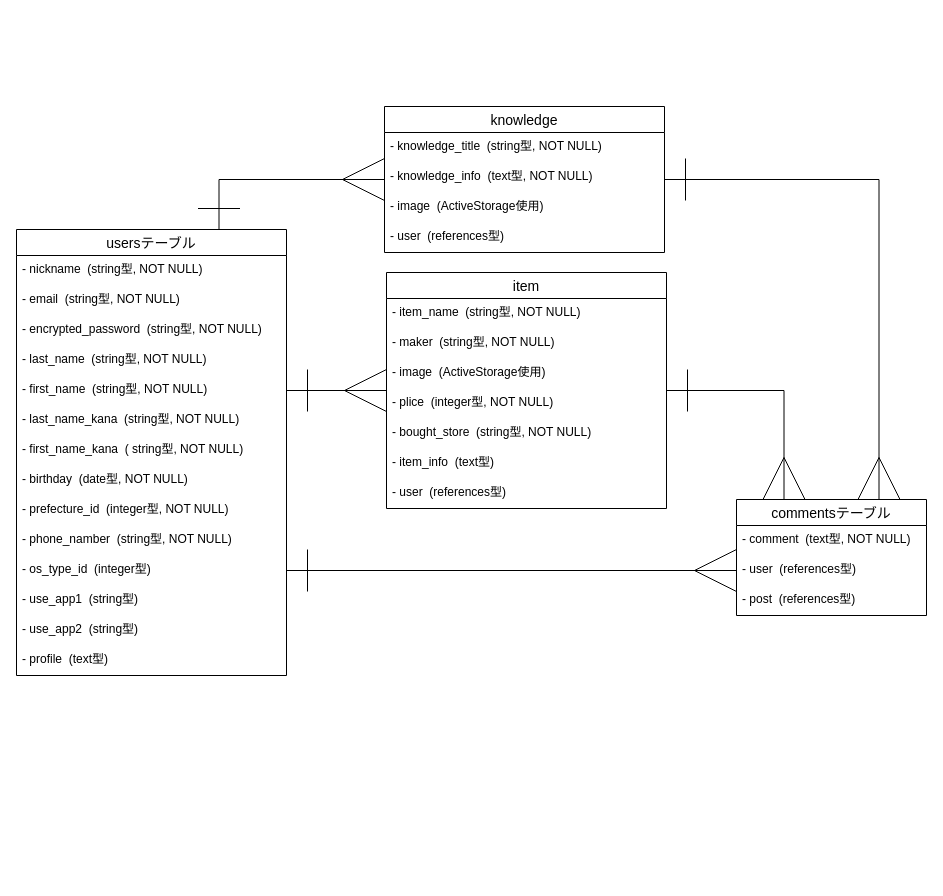
sushi1129/side-business-36374 keeps this draw.io diagram as page "ER図" (1 of 2) of ER.dio. Above is the earlier version. Source tidied: cells renumbered, new cells numbered last; positions are measured from the earlier drawing's top-left corner, leaving out a move shared by most shapes. Both pictures are drawn from the tidied source at 100%, with x=0, y=0 at pixel (16, 106).
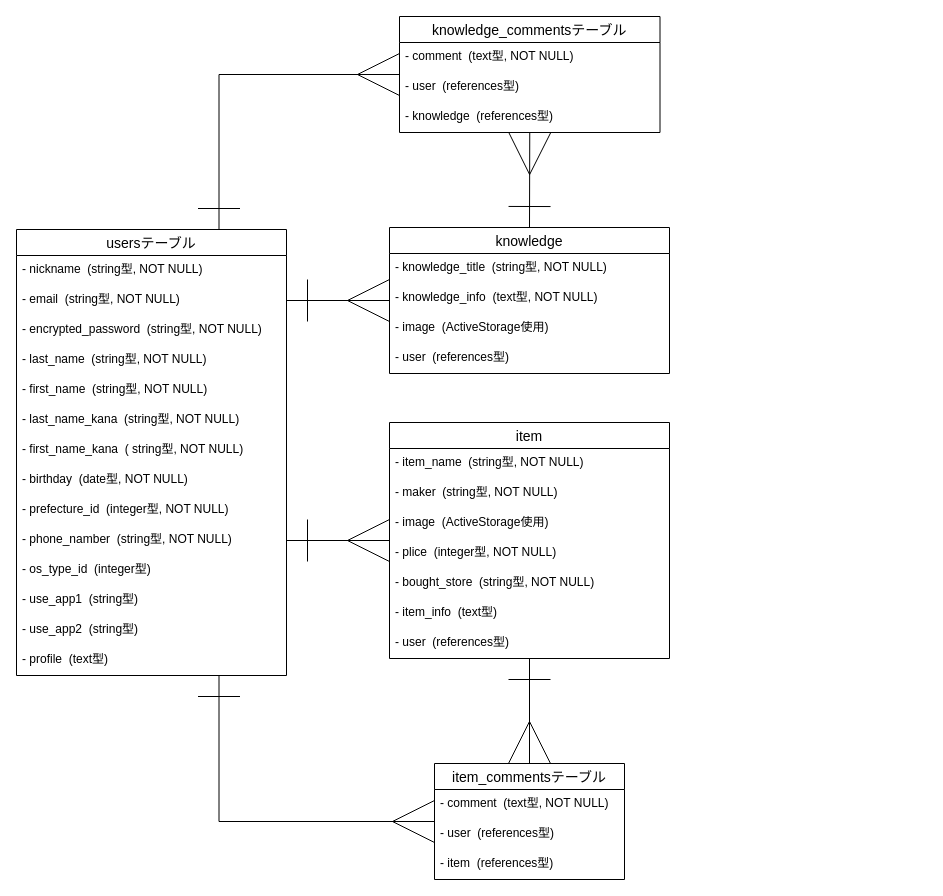
The same page after the edit.

Unchanged cells that the change refers to:
```xml
<mxCell id="2" value="usersテーブル" style="swimlane;fontStyle=0;horizontal=1;startSize=26;align=center;fontSize=14;" parent="1" vertex="1">
  <mxGeometry y="123" width="270" height="446" as="geometry" />
</mxCell>
<mxCell id="4" value="- email  (string型, NOT NULL)" style="text;strokeColor=none;fillColor=none;spacingLeft=4;spacingRight=4;overflow=hidden;points=[[0,0.5],[1,0.5]];portConstraint=eastwest;fontSize=12;" parent="2" vertex="1">
  <mxGeometry y="56" width="270" height="30" as="geometry" />
</mxCell>
<mxCell id="7" value="- first_name  (string型, NOT NULL)" style="text;strokeColor=none;fillColor=none;spacingLeft=4;spacingRight=4;overflow=hidden;points=[[0,0.5],[1,0.5]];portConstraint=eastwest;fontSize=12;" parent="2" vertex="1">
  <mxGeometry y="146" width="270" height="30" as="geometry" />
</mxCell>
<mxCell id="12" value="- phone_namber  (string型, NOT NULL)" style="text;strokeColor=none;fillColor=none;spacingLeft=4;spacingRight=4;overflow=hidden;points=[[0,0.5],[1,0.5]];portConstraint=eastwest;fontSize=12;" parent="2" vertex="1">
  <mxGeometry y="296" width="270" height="30" as="geometry" />
</mxCell>
<mxCell id="13" value="- os_type_id  (integer型)" style="text;strokeColor=none;fillColor=none;spacingLeft=4;spacingRight=4;overflow=hidden;points=[[0,0.5],[1,0.5]];portConstraint=eastwest;fontSize=12;" parent="2" vertex="1">
  <mxGeometry y="326" width="270" height="30" as="geometry" />
</mxCell>
<mxCell id="19" value="- user  (references型)" style="text;strokeColor=none;fillColor=none;spacingLeft=4;spacingRight=4;overflow=hidden;points=[[0,0.5],[1,0.5]];portConstraint=eastwest;fontSize=12;" parent="17" vertex="1">
  <mxGeometry y="56" width="190" height="30" as="geometry" />
</mxCell>
```

Diff of the diagram source:
```diff
@@
+    <mxCell id="39" style="edgeStyle=orthogonalEdgeStyle;rounded=0;jettySize=auto;html=1;exitX=0.75;exitY=0;exitDx=0;exitDy=0;startArrow=ERone;startFill=0;endArrow=ERmany;endFill=0;startSize=40;endSize=40;entryX=0;entryY=0.5;entryDx=0;entryDy=0;" parent="1" edge="1" source="2" target="40">
+      <mxGeometry relative="1" as="geometry" />
+    </mxCell>
@@
-    <mxCell id="17" value="commentsテーブル" style="swimlane;fontStyle=0;horizontal=1;startSize=26;align=center;fontSize=14;" parent="1" vertex="1">
-      <mxGeometry x="720" y="393" width="190" height="116" as="geometry" />
+    <mxCell id="17" value="item_commentsテーブル" style="swimlane;fontStyle=0;horizontal=1;startSize=26;align=center;fontSize=14;" parent="1" vertex="1">
+      <mxGeometry x="418" y="657" width="190" height="116" as="geometry" />
     </mxCell>
@@
-    <mxCell id="20" value="- post  (references型)" style="text;strokeColor=none;fillColor=none;spacingLeft=4;spacingRight=4;overflow=hidden;fontSize=12;" parent="17" vertex="1">
+    <mxCell id="20" value="- item  (references型)" style="text;strokeColor=none;fillColor=none;spacingLeft=4;spacingRight=4;overflow=hidden;fontSize=12;" parent="17" vertex="1">
       <mxGeometry y="86" width="190" height="30" as="geometry" />
     </mxCell>
-    <mxCell id="21" style="edgeStyle=orthogonalEdgeStyle;rounded=0;jettySize=auto;html=1;exitX=1;exitY=0.5;exitDx=0;exitDy=0;entryX=0.25;entryY=0;entryDx=0;entryDy=0;startArrow=ERone;startFill=0;endArrow=ERmany;endFill=0;startSize=40;endSize=40;" parent="1" edge="1" source="30" target="17">
+    <mxCell id="21" style="edgeStyle=orthogonalEdgeStyle;rounded=0;jettySize=auto;html=1;exitX=0.5;exitY=1;exitDx=0;exitDy=0;entryX=0.5;entryY=0;entryDx=0;entryDy=0;startArrow=ERone;startFill=0;endArrow=ERmany;endFill=0;startSize=40;endSize=40;" parent="1" edge="1" source="30" target="17">
       <mxGeometry relative="1" as="geometry" />
     </mxCell>
-    <mxCell id="22" style="edgeStyle=orthogonalEdgeStyle;rounded=0;jettySize=auto;html=1;entryX=0;entryY=0.5;entryDx=0;entryDy=0;startArrow=ERone;startFill=0;endArrow=ERmany;endFill=0;startSize=40;endSize=40;exitX=1;exitY=0.5;exitDx=0;exitDy=0;" parent="1" edge="1" source="7" target="30">
+    <mxCell id="22" style="edgeStyle=orthogonalEdgeStyle;rounded=0;jettySize=auto;html=1;entryX=0;entryY=0.5;entryDx=0;entryDy=0;startArrow=ERone;startFill=0;endArrow=ERmany;endFill=0;startSize=40;endSize=40;exitX=1;exitY=0.5;exitDx=0;exitDy=0;" parent="1" edge="1" source="12" target="30">
       <mxGeometry relative="1" as="geometry" />
     </mxCell>
-    <mxCell id="23" style="edgeStyle=orthogonalEdgeStyle;rounded=0;jettySize=auto;html=1;exitX=1;exitY=0.5;exitDx=0;exitDy=0;entryX=0;entryY=0.5;entryDx=0;entryDy=0;startArrow=ERone;startFill=0;endArrow=ERmany;endFill=0;startSize=40;endSize=40;" parent="1" edge="1" source="13" target="19">
-      <mxGeometry relative="1" as="geometry" />
-    </mxCell>
-    <mxCell id="24" style="edgeStyle=orthogonalEdgeStyle;rounded=0;jettySize=auto;html=1;exitX=1;exitY=0.5;exitDx=0;exitDy=0;entryX=0.75;entryY=0;entryDx=0;entryDy=0;startArrow=ERone;startFill=0;endArrow=ERmany;endFill=0;startSize=40;endSize=40;" parent="1" edge="1" source="25" target="17">
+    <mxCell id="24" style="edgeStyle=orthogonalEdgeStyle;rounded=0;jettySize=auto;html=1;exitX=0.5;exitY=0;exitDx=0;exitDy=0;startArrow=ERone;startFill=0;endArrow=ERmany;endFill=0;startSize=40;endSize=40;entryX=0.5;entryY=1;entryDx=0;entryDy=0;" parent="1" edge="1" source="25" target="40">
       <mxGeometry relative="1" as="geometry" />
     </mxCell>
-    <mxCell id="25" value="knowledge" style="swimlane;fontStyle=0;horizontal=1;startSize=26;align=center;fontSize=14;" parent="1" vertex="1">
-      <mxGeometry x="368" width="280" height="146" as="geometry" />
-    </mxCell>
-    <mxCell id="26" value="- knowledge_title  (string型, NOT NULL)" style="text;strokeColor=none;fillColor=none;spacingLeft=4;spacingRight=4;overflow=hidden;fontSize=12;" parent="25" vertex="1">
-      <mxGeometry y="26" width="280" height="30" as="geometry" />
-    </mxCell>
-    <mxCell id="27" value="- knowledge_info  (text型, NOT NULL)" style="text;strokeColor=none;fillColor=none;spacingLeft=4;spacingRight=4;overflow=hidden;fontSize=12;" parent="25" vertex="1">
-      <mxGeometry y="56" width="280" height="30" as="geometry" />
-    </mxCell>
-    <mxCell id="28" value="- image  (ActiveStorage使用)" style="text;strokeColor=none;fillColor=none;spacingLeft=4;spacingRight=4;overflow=hidden;fontSize=12;" parent="25" vertex="1">
-      <mxGeometry y="86" width="280" height="30" as="geometry" />
-    </mxCell>
-    <mxCell id="29" value="- user  (references型)" style="text;strokeColor=none;fillColor=none;spacingLeft=4;spacingRight=4;overflow=hidden;fontSize=12;" parent="25" vertex="1">
-      <mxGeometry y="116" width="280" height="30" as="geometry" />
-    </mxCell>
     <mxCell id="30" value="item" style="swimlane;fontStyle=0;horizontal=1;startSize=26;align=center;fontSize=14;" parent="1" vertex="1">
-      <mxGeometry x="370" y="166" width="280" height="236" as="geometry" />
+      <mxGeometry x="373" y="316" width="280" height="236" as="geometry" />
     </mxCell>
@@
-    <mxCell id="38" style="edgeStyle=orthogonalEdgeStyle;rounded=0;jettySize=auto;html=1;exitX=0.75;exitY=0;exitDx=0;exitDy=0;startArrow=ERone;startFill=0;endArrow=ERmany;endFill=0;endSize=40;startSize=40;entryX=0;entryY=0.5;entryDx=0;entryDy=0;" parent="1" edge="1" source="2" target="25">
+    <mxCell id="38" style="edgeStyle=orthogonalEdgeStyle;rounded=0;jettySize=auto;html=1;exitX=1;exitY=0.5;exitDx=0;exitDy=0;startArrow=ERone;startFill=0;endArrow=ERmany;endFill=0;endSize=40;startSize=40;entryX=0;entryY=0.5;entryDx=0;entryDy=0;" parent="1" edge="1" source="4" target="25">
       <mxGeometry relative="1" as="geometry" />
     </mxCell>
+    <mxCell id="40" value="knowledge_commentsテーブル" style="swimlane;fontStyle=0;horizontal=1;startSize=26;align=center;fontSize=14;" parent="1" vertex="1">
+      <mxGeometry x="383" y="-90" width="260.5" height="116" as="geometry" />
+    </mxCell>
+    <mxCell id="41" value="- comment  (text型, NOT NULL)" style="text;strokeColor=none;fillColor=none;spacingLeft=4;spacingRight=4;overflow=hidden;fontSize=12;" parent="40" vertex="1">
+      <mxGeometry y="26" width="260.5" height="30" as="geometry" />
+    </mxCell>
+    <mxCell id="42" value="- user  (references型)" style="text;strokeColor=none;fillColor=none;spacingLeft=4;spacingRight=4;overflow=hidden;fontSize=12;" parent="40" vertex="1">
+      <mxGeometry y="56" width="260.5" height="30" as="geometry" />
+    </mxCell>
+    <mxCell id="43" value="- knowledge  (references型)" style="text;strokeColor=none;fillColor=none;spacingLeft=4;spacingRight=4;overflow=hidden;fontSize=12;" parent="40" vertex="1">
+      <mxGeometry y="86" width="260.5" height="30" as="geometry" />
+    </mxCell>
+    <mxCell id="44" style="edgeStyle=orthogonalEdgeStyle;rounded=0;jettySize=auto;html=1;exitX=0.75;exitY=1;exitDx=0;exitDy=0;entryX=0;entryY=0.5;entryDx=0;entryDy=0;startArrow=ERone;startFill=0;endArrow=ERmany;endFill=0;endSize=40;startSize=40;" parent="1" edge="1" source="2" target="17">
+      <mxGeometry relative="1" as="geometry" />
+    </mxCell>
+    <mxCell id="25" value="knowledge" style="swimlane;fontStyle=0;horizontal=1;startSize=26;align=center;fontSize=14;" parent="1" vertex="1">
+      <mxGeometry x="373" y="121" width="280" height="146" as="geometry" />
+    </mxCell>
+    <mxCell id="26" value="- knowledge_title  (string型, NOT NULL)" style="text;strokeColor=none;fillColor=none;spacingLeft=4;spacingRight=4;overflow=hidden;fontSize=12;" parent="25" vertex="1">
+      <mxGeometry y="26" width="280" height="30" as="geometry" />
+    </mxCell>
+    <mxCell id="27" value="- knowledge_info  (text型, NOT NULL)" style="text;strokeColor=none;fillColor=none;spacingLeft=4;spacingRight=4;overflow=hidden;fontSize=12;" parent="25" vertex="1">
+      <mxGeometry y="56" width="280" height="30" as="geometry" />
+    </mxCell>
+    <mxCell id="28" value="- image  (ActiveStorage使用)" style="text;strokeColor=none;fillColor=none;spacingLeft=4;spacingRight=4;overflow=hidden;fontSize=12;" parent="25" vertex="1">
+      <mxGeometry y="86" width="280" height="30" as="geometry" />
+    </mxCell>
+    <mxCell id="29" value="- user  (references型)" style="text;strokeColor=none;fillColor=none;spacingLeft=4;spacingRight=4;overflow=hidden;fontSize=12;" parent="25" vertex="1">
+      <mxGeometry y="116" width="280" height="30" as="geometry" />
+    </mxCell>
```
